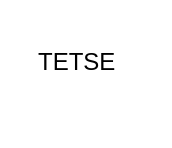
The draw.io diagram Docs/plans/TEST.drawio in PIG-Studio/Projet-Good-doctor, before the edit. Source tidied: cells renumbered, new cells numbered last; positions are measured from the earlier drawing's top-left corner, leaving out a move shared by most shapes. Both pictures are drawn from the tidied source at 200%, with x=0, y=0 at pixel (34, 34).
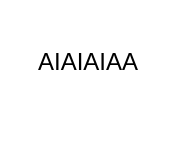
The same diagram, later.

Diff of the diagram source:
```diff
@@
 <mxGraphModel>
   <root>
     <mxCell id="0" />
     <mxCell id="1" parent="0" />
-    <mxCell id="2" value="TETSE" style="text;whiteSpace=wrap;html=1;" parent="1" vertex="1">
+    <mxCell id="2" value="AIAIAIAA" style="text;whiteSpace=wrap;html=1;" parent="1" vertex="1">
       <mxGeometry width="40" height="40" as="geometry" />
     </mxCell>
   </root>
 </mxGraphModel>
```
